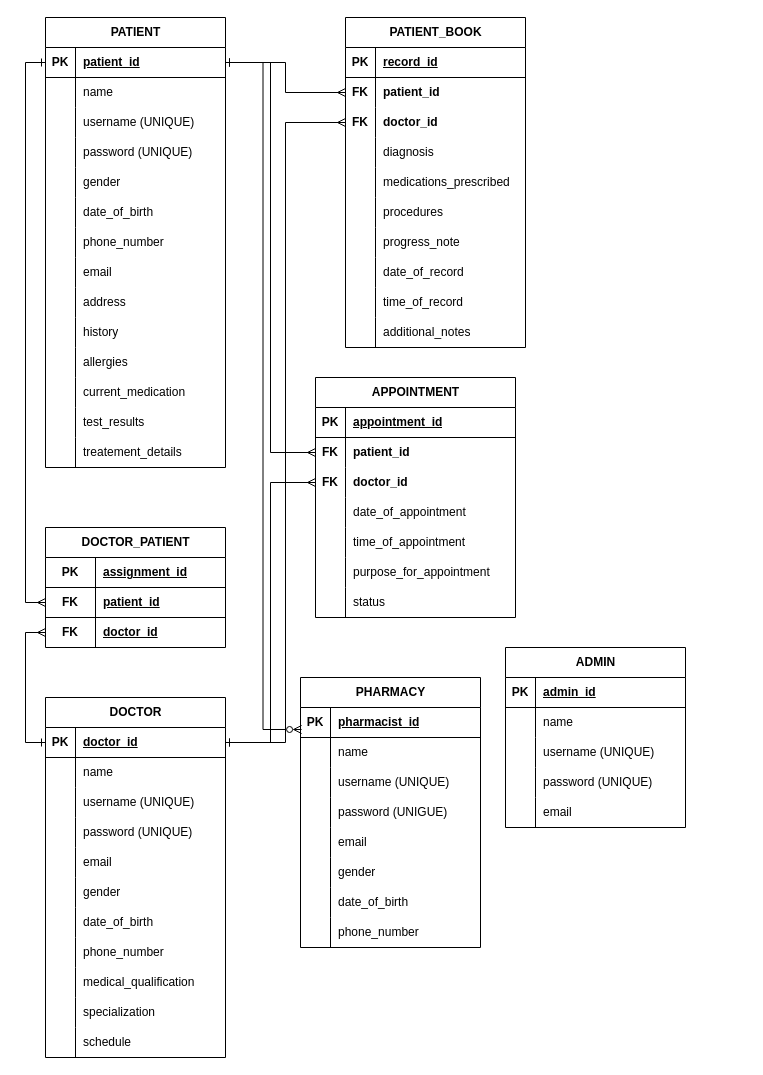
Above: healthmanagementsystem.drawio in Holison18/Data-Base-ER-diagrams (draw.io), before the change. Source tidied: cells renumbered, new cells numbered last; positions are measured from the earlier drawing's top-left corner, leaving out a move shared by most shapes. Both pictures are drawn from the tidied source at 100%, with x=0, y=0 at pixel (45, 17).
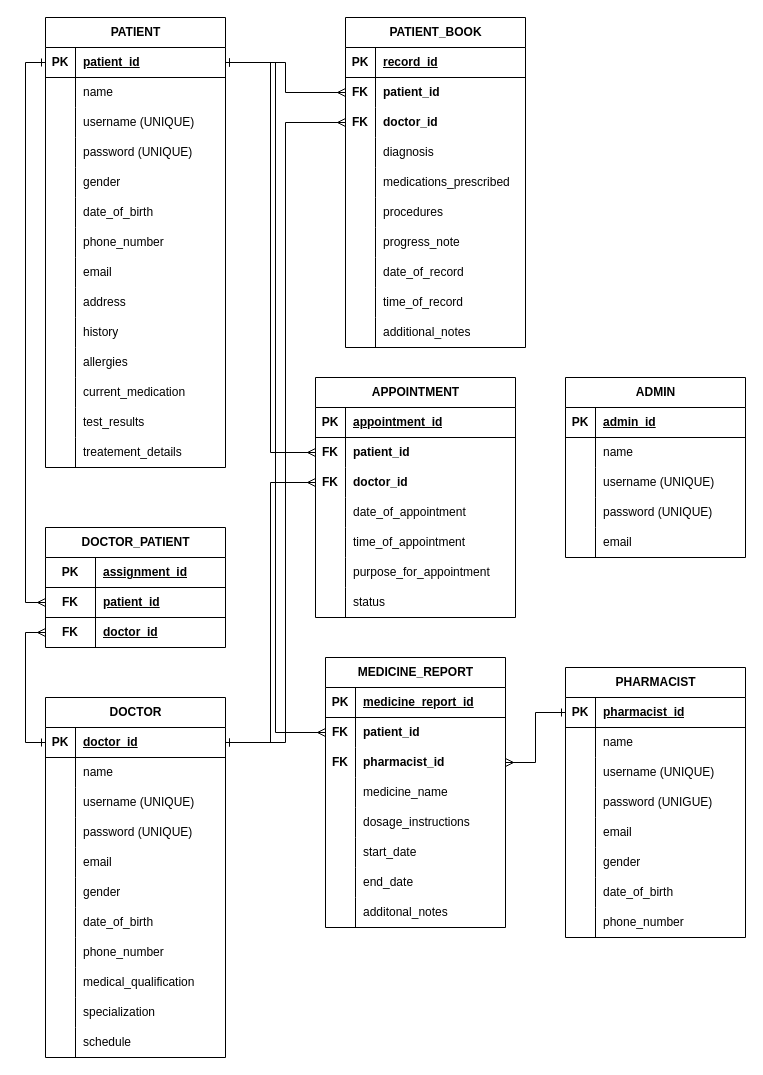
The same diagram, later.

The change refers to these unchanged cells:
```xml
<mxCell id="3" style="shape=tableRow;horizontal=0;startSize=0;swimlaneHead=0;swimlaneBody=0;fillColor=none;points=[[0,0.5],[1,0.5]];portConstraint=eastwest;top=0;left=0;right=0;bottom=1;" parent="2" vertex="1">
  <mxGeometry y="30" width="180" height="30" as="geometry" />
</mxCell>
<mxCell id="118" style="shape=tableRow;horizontal=0;startSize=0;swimlaneHead=0;swimlaneBody=0;fillColor=none;points=[[0,0.5],[1,0.5]];portConstraint=eastwest;top=0;left=0;right=0;bottom=1;" parent="117" vertex="1">
  <mxGeometry y="30" width="180" height="30" as="geometry" />
</mxCell>
```

Change to the diagram source:
```diff
@@
     <mxCell id="45" value="ADMIN" style="shape=table;startSize=30;childLayout=tableLayout;rowLines=0;fontStyle=1;align=center;html=1;" parent="1" vertex="1">
-      <mxGeometry x="460" y="630" width="180" height="180" as="geometry" />
+      <mxGeometry x="520" y="360" width="180" height="180" as="geometry" />
     </mxCell>
@@
-    <mxCell id="117" value="PHARMACY" style="shape=table;startSize=30;childLayout=tableLayout;rowLines=0;fontStyle=1;align=center;html=1;" parent="1" vertex="1">
-      <mxGeometry x="255" y="660" width="180" height="270" as="geometry" />
+    <mxCell id="117" value="PHARMACIST" style="shape=table;startSize=30;childLayout=tableLayout;rowLines=0;fontStyle=1;align=center;html=1;" parent="1" vertex="1">
+      <mxGeometry x="520" y="650" width="180" height="270" as="geometry" />
     </mxCell>
@@
-    <mxCell id="175" style="edgeStyle=orthogonalEdgeStyle;rounded=0;jettySize=auto;html=1;entryX=0.006;entryY=0.733;entryDx=0;entryDy=0;entryPerimeter=0;endArrow=ERzeroToMany;endFill=0;startArrow=ERone;startFill=0;" parent="1" edge="1" source="3" target="118">
-      <mxGeometry relative="1" as="geometry" />
-    </mxCell>
@@
+    <mxCell id="190" value="MEDICINE_REPORT" style="shape=table;startSize=30;childLayout=tableLayout;rowLines=0;fontStyle=1;align=center;html=1;" parent="1" vertex="1">
+      <mxGeometry x="280" y="640" width="180" height="270" as="geometry" />
+    </mxCell>
+    <mxCell id="191" style="shape=tableRow;horizontal=0;startSize=0;swimlaneHead=0;swimlaneBody=0;fillColor=none;top=0;left=0;right=0;bottom=1;" parent="190" vertex="1">
+      <mxGeometry y="30" width="180" height="30" as="geometry" />
+    </mxCell>
+    <mxCell id="192" value="PK" style="shape=partialRectangle;fillColor=none;top=0;left=0;bottom=0;right=0;fontStyle=1;overflow=hidden;whiteSpace=wrap;html=1;" parent="191" vertex="1">
+      <mxGeometry width="30" height="30" as="geometry" />
+    </mxCell>
+    <mxCell id="193" value="medicine_report_id" style="shape=partialRectangle;fillColor=none;top=0;left=0;bottom=0;right=0;align=left;spacingLeft=6;fontStyle=5;overflow=hidden;whiteSpace=wrap;html=1;" parent="191" vertex="1">
+      <mxGeometry x="30" width="150" height="30" as="geometry" />
+    </mxCell>
+    <mxCell id="194" style="shape=tableRow;horizontal=0;startSize=0;swimlaneHead=0;swimlaneBody=0;fillColor=none;points=[[0,0.5],[1,0.5]];portConstraint=eastwest;top=0;left=0;right=0;bottom=0;" parent="190" vertex="1">
+      <mxGeometry y="60" width="180" height="30" as="geometry" />
+    </mxCell>
+    <mxCell id="195" value="&lt;b&gt;FK&lt;/b&gt;" style="shape=partialRectangle;fillColor=none;top=0;left=0;bottom=0;right=0;overflow=hidden;whiteSpace=wrap;html=1;" parent="194" vertex="1">
+      <mxGeometry width="30" height="30" as="geometry" />
+    </mxCell>
+    <mxCell id="196" value="patient_id" style="shape=partialRectangle;fillColor=none;top=0;left=0;bottom=0;right=0;align=left;spacingLeft=6;overflow=hidden;whiteSpace=wrap;html=1;fontStyle=1;" parent="194" vertex="1">
+      <mxGeometry x="30" width="150" height="30" as="geometry" />
+    </mxCell>
+    <mxCell id="197" style="shape=tableRow;horizontal=0;startSize=0;swimlaneHead=0;swimlaneBody=0;fillColor=none;points=[[0,0.5],[1,0.5]];portConstraint=eastwest;top=0;left=0;right=0;bottom=0;" parent="190" vertex="1">
+      <mxGeometry y="90" width="180" height="30" as="geometry" />
+    </mxCell>
+    <mxCell id="198" value="&lt;b&gt;FK&lt;/b&gt;" style="shape=partialRectangle;fillColor=none;top=0;left=0;bottom=0;right=0;overflow=hidden;whiteSpace=wrap;html=1;" parent="197" vertex="1">
+      <mxGeometry width="30" height="30" as="geometry" />
+    </mxCell>
+    <mxCell id="199" value="pharmacist_id" style="shape=partialRectangle;fillColor=none;top=0;left=0;bottom=0;right=0;align=left;spacingLeft=6;overflow=hidden;whiteSpace=wrap;html=1;fontStyle=1;" parent="197" vertex="1">
+      <mxGeometry x="30" width="150" height="30" as="geometry" />
+    </mxCell>
+    <mxCell id="200" style="shape=tableRow;horizontal=0;startSize=0;swimlaneHead=0;swimlaneBody=0;fillColor=none;top=0;left=0;right=0;bottom=0;" parent="190" vertex="1">
+      <mxGeometry y="120" width="180" height="30" as="geometry" />
+    </mxCell>
+    <mxCell id="201" style="shape=partialRectangle;fillColor=none;top=0;left=0;bottom=0;right=0;overflow=hidden;whiteSpace=wrap;html=1;" parent="200" vertex="1">
+      <mxGeometry width="30" height="30" as="geometry" />
+    </mxCell>
+    <mxCell id="202" value="medicine_name" style="shape=partialRectangle;fillColor=none;top=0;left=0;bottom=0;right=0;align=left;spacingLeft=6;overflow=hidden;whiteSpace=wrap;html=1;" parent="200" vertex="1">
+      <mxGeometry x="30" width="150" height="30" as="geometry" />
+    </mxCell>
+    <mxCell id="203" style="shape=tableRow;horizontal=0;startSize=0;swimlaneHead=0;swimlaneBody=0;fillColor=none;top=0;left=0;right=0;bottom=0;" parent="190" vertex="1">
+      <mxGeometry y="150" width="180" height="30" as="geometry" />
+    </mxCell>
+    <mxCell id="204" style="shape=partialRectangle;fillColor=none;top=0;left=0;bottom=0;right=0;overflow=hidden;whiteSpace=wrap;html=1;" parent="203" vertex="1">
+      <mxGeometry width="30" height="30" as="geometry" />
+    </mxCell>
+    <mxCell id="205" value="dosage_instructions" style="shape=partialRectangle;fillColor=none;top=0;left=0;bottom=0;right=0;align=left;spacingLeft=6;overflow=hidden;whiteSpace=wrap;html=1;" parent="203" vertex="1">
+      <mxGeometry x="30" width="150" height="30" as="geometry" />
+    </mxCell>
+    <mxCell id="206" style="shape=tableRow;horizontal=0;startSize=0;swimlaneHead=0;swimlaneBody=0;fillColor=none;top=0;left=0;right=0;bottom=0;" parent="190" vertex="1">
+      <mxGeometry y="180" width="180" height="30" as="geometry" />
+    </mxCell>
+    <mxCell id="207" style="shape=partialRectangle;fillColor=none;top=0;left=0;bottom=0;right=0;overflow=hidden;whiteSpace=wrap;html=1;" parent="206" vertex="1">
+      <mxGeometry width="30" height="30" as="geometry" />
+    </mxCell>
+    <mxCell id="208" value="start_date" style="shape=partialRectangle;fillColor=none;top=0;left=0;bottom=0;right=0;align=left;spacingLeft=6;overflow=hidden;whiteSpace=wrap;html=1;" parent="206" vertex="1">
+      <mxGeometry x="30" width="150" height="30" as="geometry" />
+    </mxCell>
+    <mxCell id="209" style="shape=tableRow;horizontal=0;startSize=0;swimlaneHead=0;swimlaneBody=0;fillColor=none;top=0;left=0;right=0;bottom=0;" parent="190" vertex="1">
+      <mxGeometry y="210" width="180" height="30" as="geometry" />
+    </mxCell>
+    <mxCell id="210" style="shape=partialRectangle;fillColor=none;top=0;left=0;bottom=0;right=0;overflow=hidden;whiteSpace=wrap;html=1;" parent="209" vertex="1">
+      <mxGeometry width="30" height="30" as="geometry" />
+    </mxCell>
+    <mxCell id="211" value="end_date" style="shape=partialRectangle;fillColor=none;top=0;left=0;bottom=0;right=0;align=left;spacingLeft=6;overflow=hidden;whiteSpace=wrap;html=1;" parent="209" vertex="1">
+      <mxGeometry x="30" width="150" height="30" as="geometry" />
+    </mxCell>
+    <mxCell id="212" style="shape=tableRow;horizontal=0;startSize=0;swimlaneHead=0;swimlaneBody=0;fillColor=none;top=0;left=0;right=0;bottom=0;" parent="190" vertex="1">
+      <mxGeometry y="240" width="180" height="30" as="geometry" />
+    </mxCell>
+    <mxCell id="213" style="shape=partialRectangle;fillColor=none;top=0;left=0;bottom=0;right=0;overflow=hidden;whiteSpace=wrap;html=1;" parent="212" vertex="1">
+      <mxGeometry width="30" height="30" as="geometry" />
+    </mxCell>
+    <mxCell id="214" value="additonal_notes" style="shape=partialRectangle;fillColor=none;top=0;left=0;bottom=0;right=0;align=left;spacingLeft=6;overflow=hidden;whiteSpace=wrap;html=1;" parent="212" vertex="1">
+      <mxGeometry x="30" width="150" height="30" as="geometry" />
+    </mxCell>
+    <mxCell id="215" style="edgeStyle=orthogonalEdgeStyle;rounded=0;jettySize=auto;html=1;entryX=0;entryY=0.5;entryDx=0;entryDy=0;endArrow=ERmany;endFill=0;startArrow=ERone;startFill=0;" parent="1" edge="1" source="3" target="194">
+      <mxGeometry relative="1" as="geometry" />
+    </mxCell>
+    <mxCell id="216" style="edgeStyle=orthogonalEdgeStyle;rounded=0;jettySize=auto;html=1;endArrow=ERmany;endFill=0;startArrow=ERone;startFill=0;" parent="1" edge="1" source="118" target="197">
+      <mxGeometry relative="1" as="geometry" />
+    </mxCell>
```
